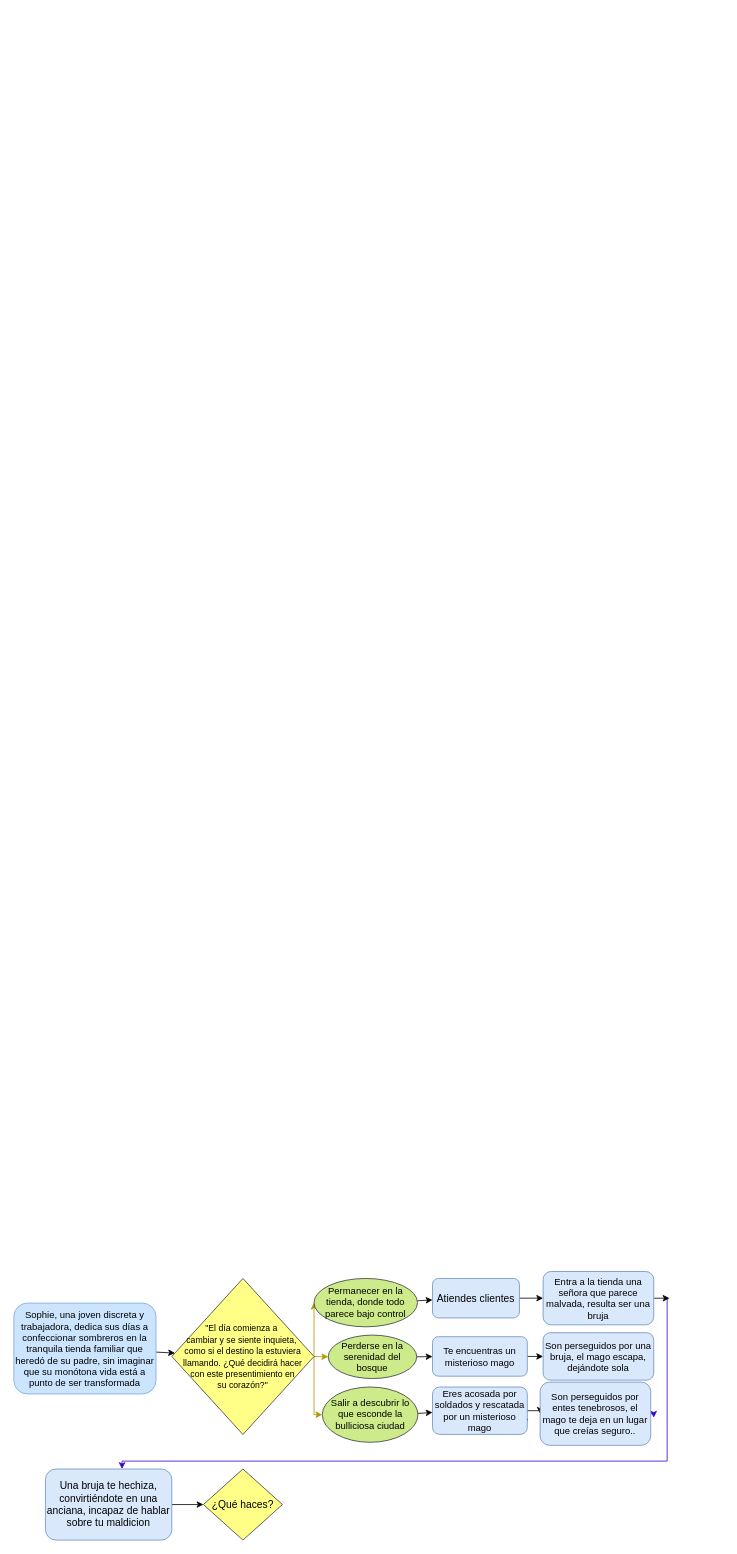
The draw.io diagram Untitled Diagram.drawio in delfinapinto/pmiw, before the edit. Source tidied: cells renumbered, new cells numbered last; positions are measured from the earlier drawing's top-left corner, leaving out a move shared by most shapes. Both pictures are drawn from the tidied source at 79%, with x=0, y=0 at pixel (13, 1271).
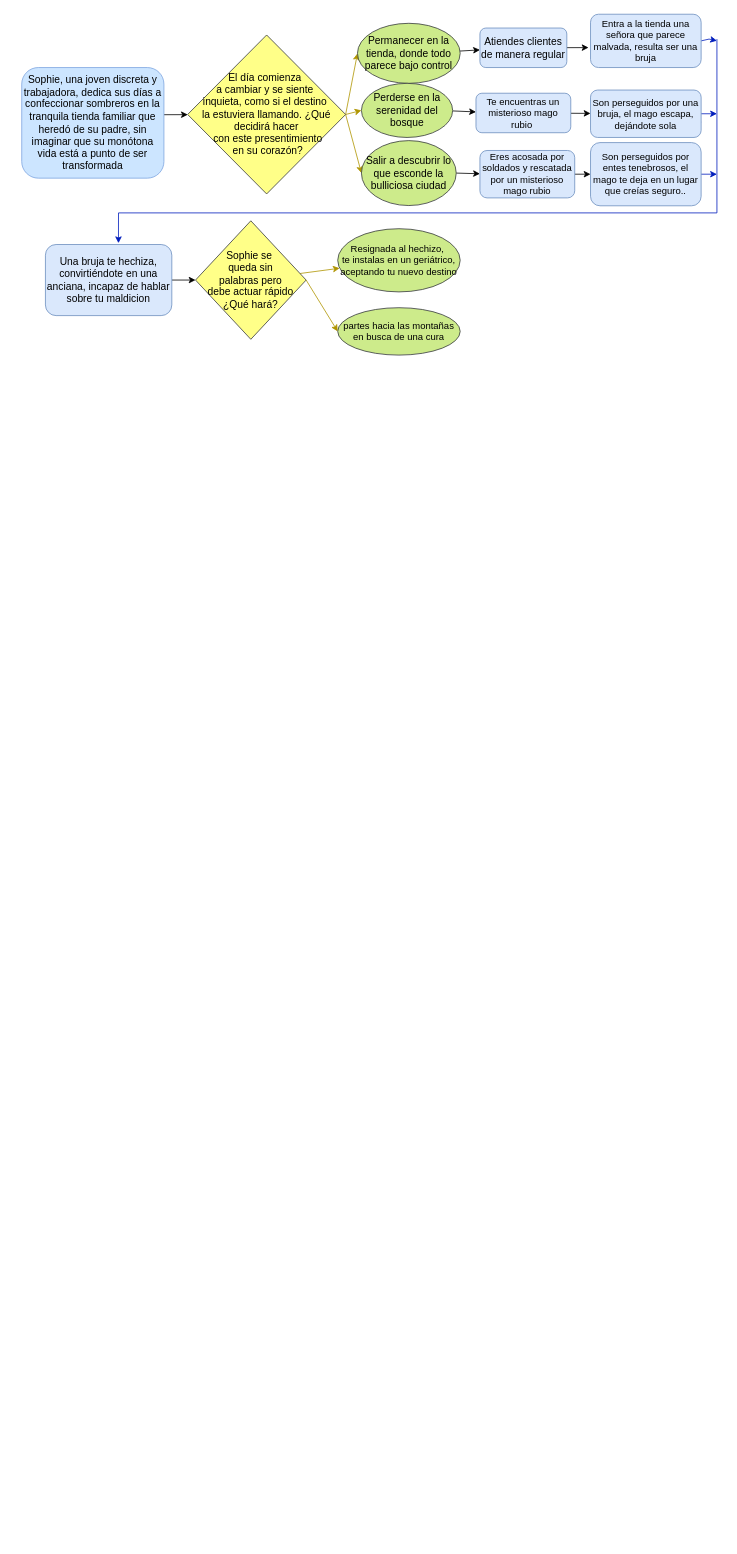
The same page after the edit.

What changed in the source:
```diff
@@
-    <mxCell id="2" style="rounded=0;jettySize=auto;html=1;fillColor=#1ba1e2;strokeColor=#000000;" parent="1" edge="1" source="3" target="7">
-      <mxGeometry relative="1" as="geometry" />
+    <mxCell id="2" style="rounded=0;jettySize=auto;html=1;fillColor=#1ba1e2;strokeColor=#000000;" parent="1" edge="1" target="7">
+      <mxGeometry relative="1" as="geometry">
+        <mxPoint x="190" y="-1464.3" as="sourcePoint" />
+      </mxGeometry>
     </mxCell>
-    <mxCell id="3" value="Sophie, una joven discreta y trabajadora, dedica sus días a confeccionar sombreros en la tranquila tienda familiar que heredó de su padre, sin imaginar que su monótona vida está a punto de ser transformada" style="rounded=1;whiteSpace=wrap;html=1;fontSize=12;glass=0;strokeWidth=1;shadow=0;fillColor=#cce5ff;strokeColor=#7EA6E0;" parent="1" vertex="1">
-      <mxGeometry y="40" width="180" height="115" as="geometry" />
+    <mxCell id="3" value="&lt;font style=&quot;font-size: 13px;&quot;&gt;Sophie, una joven discreta y trabajadora, dedica sus días a confeccionar sombreros en la tranquila tienda familiar que heredó de su padre, sin imaginar que su monótona vida está a punto de ser transformada&lt;/font&gt;" style="rounded=1;whiteSpace=wrap;html=1;fontSize=12;glass=0;strokeWidth=1;shadow=0;fillColor=#cce5ff;strokeColor=#7EA6E0;" parent="1" vertex="1">
+      <mxGeometry x="10" y="-1524" width="180" height="140" as="geometry" />
     </mxCell>
@@
-    <mxCell id="6" style="edgeStyle=orthogonalEdgeStyle;rounded=0;jettySize=auto;html=1;exitX=1;exitY=0.5;exitDx=0;exitDy=0;entryX=0;entryY=0.5;entryDx=0;entryDy=0;fillColor=#e3c800;strokeColor=#B09500;" parent="1" edge="1" source="7" target="13">
-      <mxGeometry relative="1" as="geometry">
-        <Array as="points">
-          <mxPoint x="380" y="140" />
-          <mxPoint x="380" y="140" />
-        </Array>
-      </mxGeometry>
+    <mxCell id="6" style="rounded=0;jettySize=auto;html=1;exitX=1;exitY=0.5;exitDx=0;exitDy=0;entryX=0;entryY=0.5;entryDx=0;entryDy=0;fillColor=#e3c800;strokeColor=#B09500;" parent="1" edge="1" source="7" target="13">
+      <mxGeometry relative="1" as="geometry" />
     </mxCell>
-    <mxCell id="7" value="&lt;font style=&quot;font-size: 11px;&quot;&gt;&quot;El día comienza a&amp;nbsp;&lt;/font&gt;&lt;div&gt;&lt;span style=&quot;font-size: 11px; background-color: initial;&quot;&gt;cambiar&lt;/span&gt;&lt;span style=&quot;font-size: 11px; background-color: initial;&quot;&gt;&amp;nbsp;y se siente inquieta,&amp;nbsp;&lt;/span&gt;&lt;/div&gt;&lt;div&gt;&lt;span style=&quot;font-size: 11px; background-color: initial;&quot;&gt;como si&amp;nbsp;&lt;/span&gt;&lt;span style=&quot;font-size: 11px; background-color: initial;&quot;&gt;el destino la estuviera llamando. ¿Qué decidirá hacer&lt;/span&gt;&lt;/div&gt;&lt;div&gt;&lt;span style=&quot;font-size: 11px; background-color: initial;&quot;&gt;&amp;nbsp;con este presentimiento en&amp;nbsp;&lt;/span&gt;&lt;/div&gt;&lt;div&gt;&lt;span style=&quot;font-size: 11px; background-color: initial;&quot;&gt;su corazón?&quot;&lt;/span&gt;&lt;/div&gt;" style="rhombus;whiteSpace=wrap;html=1;fillColor=#ffff88;strokeColor=#36393d;" parent="1" vertex="1">
-      <mxGeometry x="200" y="8.8" width="180" height="197.5" as="geometry" />
+    <mxCell id="7" value="&lt;font style=&quot;font-size: 13px;&quot;&gt;El día comienza&amp;nbsp;&lt;/font&gt;&lt;div&gt;&lt;font style=&quot;font-size: 13px;&quot;&gt;a&amp;nbsp;&lt;/font&gt;&lt;span style=&quot;font-size: 13px; background-color: initial;&quot;&gt;cambiar&lt;/span&gt;&lt;span style=&quot;font-size: 13px; background-color: initial;&quot;&gt;&amp;nbsp;y se siente&amp;nbsp;&lt;/span&gt;&lt;div style=&quot;font-size: 13px;&quot;&gt;&lt;font style=&quot;font-size: 13px;&quot;&gt;&lt;span style=&quot;background-color: initial;&quot;&gt;inquieta,&amp;nbsp;&lt;/span&gt;&lt;/font&gt;&lt;span style=&quot;background-color: initial;&quot;&gt;como si&amp;nbsp;&lt;/span&gt;&lt;span style=&quot;background-color: initial;&quot;&gt;el destino&amp;nbsp;&lt;/span&gt;&lt;/div&gt;&lt;div style=&quot;font-size: 13px;&quot;&gt;&lt;span style=&quot;background-color: initial;&quot;&gt;la estuviera llamando. ¿Qué decidirá hacer&lt;/span&gt;&lt;/div&gt;&lt;div style=&quot;font-size: 13px;&quot;&gt;&lt;span style=&quot;background-color: initial;&quot;&gt;&lt;font style=&quot;font-size: 13px;&quot;&gt;&amp;nbsp;con este presentimiento&lt;/font&gt;&lt;/span&gt;&lt;/div&gt;&lt;div style=&quot;font-size: 13px;&quot;&gt;&lt;span style=&quot;background-color: initial;&quot;&gt;&lt;font style=&quot;font-size: 13px;&quot;&gt;&amp;nbsp;en&amp;nbsp;&lt;/font&gt;&lt;/span&gt;&lt;span style=&quot;background-color: initial;&quot;&gt;su corazón?&lt;/span&gt;&lt;/div&gt;&lt;/div&gt;" style="rhombus;whiteSpace=wrap;html=1;fillColor=#ffff88;strokeColor=#36393d;" parent="1" vertex="1">
+      <mxGeometry x="220" y="-1565.2" width="200" height="201.2" as="geometry" />
     </mxCell>
@@
-    <mxCell id="9" value="Permanecer en la tienda, donde todo parece bajo control" style="ellipse;whiteSpace=wrap;html=1;fillColor=#cdeb8b;strokeColor=#36393d;" parent="1" vertex="1">
-      <mxGeometry x="380" y="8.8" width="131" height="61.2" as="geometry" />
+    <mxCell id="9" value="&lt;font style=&quot;font-size: 13px;&quot;&gt;Permanecer en la tienda, donde todo parece bajo control&lt;/font&gt;" style="ellipse;whiteSpace=wrap;html=1;fillColor=#cdeb8b;strokeColor=#36393d;" parent="1" vertex="1">
+      <mxGeometry x="435" y="-1580" width="130" height="76" as="geometry" />
     </mxCell>
@@
-    <mxCell id="11" value="Perderse en la serenidad del bosque" style="ellipse;whiteSpace=wrap;html=1;fillColor=#cdeb8b;strokeColor=#36393d;" parent="1" vertex="1">
-      <mxGeometry x="398" y="80.5" width="112" height="55" as="geometry" />
+    <mxCell id="11" value="&lt;font style=&quot;font-size: 13px;&quot;&gt;Perderse en la serenidad del bosque&lt;/font&gt;" style="ellipse;whiteSpace=wrap;html=1;fillColor=#cdeb8b;strokeColor=#36393d;" parent="1" vertex="1">
+      <mxGeometry x="440" y="-1504" width="115.5" height="68.5" as="geometry" />
     </mxCell>
@@
-    <mxCell id="13" value="Salir a descubrir lo que esconde la bulliciosa ciudad" style="ellipse;whiteSpace=wrap;html=1;fillColor=#cdeb8b;strokeColor=#36393d;" parent="1" vertex="1">
-      <mxGeometry x="390.5" y="146.2" width="121" height="70" as="geometry" />
+    <mxCell id="13" value="&lt;font style=&quot;font-size: 13px;&quot;&gt;Salir a descubrir lo que esconde la bulliciosa ciudad&lt;/font&gt;" style="ellipse;whiteSpace=wrap;html=1;fillColor=#cdeb8b;strokeColor=#36393d;" parent="1" vertex="1">
+      <mxGeometry x="440" y="-1431.5" width="120" height="82.2" as="geometry" />
     </mxCell>
-    <mxCell id="14" style="rounded=0;jettySize=auto;html=1;entryX=0;entryY=0.5;entryDx=0;entryDy=0;" parent="1" edge="1" source="15" target="23">
+    <mxCell id="14" style="rounded=0;jettySize=auto;html=1;entryX=-0.018;entryY=0.626;entryDx=0;entryDy=0;entryPerimeter=0;" parent="1" edge="1" source="15" target="23">
       <mxGeometry relative="1" as="geometry" />
     </mxCell>
-    <mxCell id="15" value="&lt;font style=&quot;font-size: 13px;&quot;&gt;Atiendes clientes&lt;/font&gt;" style="rounded=1;whiteSpace=wrap;html=1;fillColor=#dae8fc;strokeColor=#6c8ebf;" parent="1" vertex="1">
-      <mxGeometry x="530" y="8.8" width="110" height="50" as="geometry" />
+    <mxCell id="15" value="&lt;font style=&quot;font-size: 13px;&quot;&gt;Atiendes clientes de manera regular&lt;/font&gt;" style="rounded=1;whiteSpace=wrap;html=1;fillColor=#dae8fc;strokeColor=#6c8ebf;" parent="1" vertex="1">
+      <mxGeometry x="590" y="-1574" width="110" height="50" as="geometry" />
     </mxCell>
@@
-    <mxCell id="17" value="Te encuentras un misterioso mago" style="rounded=1;whiteSpace=wrap;html=1;fillColor=#dae8fc;strokeColor=#6c8ebf;" parent="1" vertex="1">
-      <mxGeometry x="530" y="82.5" width="120" height="50" as="geometry" />
+    <mxCell id="17" value="Te encuentras un misterioso mago rubio&amp;nbsp;" style="rounded=1;whiteSpace=wrap;html=1;fillColor=#dae8fc;strokeColor=#6c8ebf;" parent="1" vertex="1">
+      <mxGeometry x="585" y="-1491.5" width="120" height="50" as="geometry" />
     </mxCell>
     <mxCell id="18" style="rounded=0;jettySize=auto;html=1;" parent="1" edge="1" source="20">
       <mxGeometry relative="1" as="geometry">
-        <mxPoint x="652" y="187.9" as="targetPoint" />
+        <mxPoint x="652" y="-1386.1" as="targetPoint" />
       </mxGeometry>
     </mxCell>
-    <mxCell id="19" style="edgeStyle=orthogonalEdgeStyle;rounded=0;jettySize=auto;html=1;exitX=1;exitY=0.5;exitDx=0;exitDy=0;entryX=0;entryY=0.5;entryDx=0;entryDy=0;" parent="1" edge="1" source="20" target="27">
+    <mxCell id="19" style="rounded=0;jettySize=auto;html=1;exitX=1;exitY=0.5;exitDx=0;exitDy=0;entryX=0;entryY=0.5;entryDx=0;entryDy=0;" parent="1" edge="1" source="20" target="27">
       <mxGeometry relative="1" as="geometry" />
     </mxCell>
-    <mxCell id="20" value="Eres acosada por soldados y rescatada por un misterioso mago" style="rounded=1;whiteSpace=wrap;html=1;fillColor=#dae8fc;strokeColor=#6c8ebf;" parent="1" vertex="1">
-      <mxGeometry x="530" y="146.2" width="120" height="60" as="geometry" />
+    <mxCell id="20" value="Eres acosada por soldados y rescatada por un misterioso mago rubio" style="rounded=1;whiteSpace=wrap;html=1;fillColor=#dae8fc;strokeColor=#6c8ebf;" parent="1" vertex="1">
+      <mxGeometry x="590" y="-1419" width="120" height="60" as="geometry" />
     </mxCell>
-    <mxCell id="21" style="edgeStyle=orthogonalEdgeStyle;rounded=0;orthogonalLoop=1;jettySize=auto;html=1;exitX=1;exitY=0.5;exitDx=0;exitDy=0;entryX=0.5;entryY=0;entryDx=0;entryDy=0;fillColor=#6a00ff;strokeColor=#3700CC;" parent="1" edge="1">
+    <mxCell id="21" style="edgeStyle=orthogonalEdgeStyle;rounded=0;jettySize=auto;html=1;entryX=0.578;entryY=-0.019;entryDx=0;entryDy=0;fillColor=#0050ef;strokeColor=#001DBC;entryPerimeter=0;" parent="1" edge="1" target="29">
       <mxGeometry relative="1" as="geometry">
-        <mxPoint x="827" y="33.8" as="sourcePoint" />
-        <mxPoint x="137" y="250" as="targetPoint" />
+        <mxPoint x="890" y="-1560" as="sourcePoint" />
         <Array as="points">
-          <mxPoint x="827" y="46" />
-          <mxPoint x="827" y="240" />
-          <mxPoint x="132" y="240" />
+          <mxPoint x="890" y="-1340" />
+          <mxPoint x="133" y="-1340" />
         </Array>
       </mxGeometry>
     </mxCell>
-    <mxCell id="22" style="edgeStyle=orthogonalEdgeStyle;rounded=0;jettySize=auto;html=1;" parent="1" edge="1" source="23">
-      <mxGeometry relative="1" as="geometry">
-        <mxPoint x="830" y="33.8" as="targetPoint" />
-      </mxGeometry>
-    </mxCell>
+    <mxCell id="31" style="rounded=0;jettySize=auto;html=1;exitX=1;exitY=0.5;exitDx=0;exitDy=0;fillColor=#0050ef;strokeColor=#001DBC;" parent="1" edge="1" source="23">
+      <mxGeometry relative="1" as="geometry">
+        <mxPoint x="890" y="-1558" as="targetPoint" />
+        <Array as="points">
+          <mxPoint x="880" y="-1560" />
+        </Array>
+      </mxGeometry>
+    </mxCell>
     <mxCell id="23" value="Entra a la tienda una señora que parece malvada, resulta ser una bruja" style="whiteSpace=wrap;html=1;rounded=1;fillColor=#dae8fc;strokeColor=#6c8ebf;" parent="1" vertex="1">
-      <mxGeometry x="670" width="140" height="67.5" as="geometry" />
+      <mxGeometry x="730" y="-1591.5" width="140" height="67.5" as="geometry" />
     </mxCell>
     <mxCell id="24" style="rounded=0;jettySize=auto;html=1;fillColor=#6a00ff;strokeColor=#3700CC;" parent="1" edge="1" source="25">
       <mxGeometry relative="1" as="geometry">
-        <mxPoint x="810" y="110" as="targetPoint" />
+        <mxPoint x="810" y="-1464" as="targetPoint" />
       </mxGeometry>
     </mxCell>
+    <mxCell id="32" style="edgeStyle=orthogonalEdgeStyle;rounded=0;jettySize=auto;html=1;exitX=1;exitY=0.5;exitDx=0;exitDy=0;fillColor=#0050ef;strokeColor=#001DBC;" parent="1" edge="1" source="25">
+      <mxGeometry relative="1" as="geometry">
+        <mxPoint x="890" y="-1465.6" as="targetPoint" />
+      </mxGeometry>
+    </mxCell>
     <mxCell id="25" value="Son perseguidos por una bruja, el mago escapa, dejándote sola" style="rounded=1;whiteSpace=wrap;html=1;fillColor=#dae8fc;strokeColor=#6c8ebf;" parent="1" vertex="1">
-      <mxGeometry x="670" y="77.5" width="140" height="60" as="geometry" />
+      <mxGeometry x="730" y="-1495.5" width="140" height="60" as="geometry" />
     </mxCell>
-    <mxCell id="26" style="edgeStyle=orthogonalEdgeStyle;rounded=0;jettySize=auto;html=1;exitX=1;exitY=0.5;exitDx=0;exitDy=0;fillColor=#6a00ff;strokeColor=#3700CC;" parent="1" edge="1" source="27">
-      <mxGeometry relative="1" as="geometry">
-        <mxPoint x="810" y="185" as="targetPoint" />
-      </mxGeometry>
-    </mxCell>
+    <mxCell id="33" style="edgeStyle=orthogonalEdgeStyle;rounded=0;jettySize=auto;html=1;fillColor=#0050ef;strokeColor=#001DBC;" parent="1" edge="1" source="27">
+      <mxGeometry relative="1" as="geometry">
+        <mxPoint x="890" y="-1389" as="targetPoint" />
+      </mxGeometry>
+    </mxCell>
     <mxCell id="27" value="Son perseguidos por entes tenebrosos, el mago te deja en un lugar  que creías seguro.." style="rounded=1;whiteSpace=wrap;html=1;fillColor=#dae8fc;strokeColor=#6c8ebf;" parent="1" vertex="1">
-      <mxGeometry x="666.2" y="140" width="140" height="80" as="geometry" />
+      <mxGeometry x="730" y="-1429" width="140" height="80" as="geometry" />
     </mxCell>
-    <mxCell id="28" style="edgeStyle=orthogonalEdgeStyle;rounded=0;jettySize=auto;html=1;exitX=1;exitY=0.5;exitDx=0;exitDy=0;entryX=0;entryY=0.5;entryDx=0;entryDy=0;" parent="1" edge="1" source="29" target="30">
+    <mxCell id="28" style="rounded=0;jettySize=auto;html=1;exitX=1;exitY=0.5;exitDx=0;exitDy=0;entryX=0;entryY=0.5;entryDx=0;entryDy=0;" parent="1" edge="1" source="29" target="30">
       <mxGeometry relative="1" as="geometry" />
     </mxCell>
     <mxCell id="29" value="&lt;font style=&quot;font-size: 13px;&quot;&gt;Una bruja te hechiza, convirtiéndote en una anciana, incapaz de hablar sobre tu maldicion&lt;/font&gt;" style="rounded=1;whiteSpace=wrap;html=1;fillColor=#dae8fc;strokeColor=#6c8ebf;" parent="1" vertex="1">
-      <mxGeometry x="40" y="250" width="160" height="90" as="geometry" />
+      <mxGeometry x="40" y="-1300" width="160" height="90" as="geometry" />
     </mxCell>
+    <mxCell id="34" style="rounded=0;jettySize=auto;html=1;fillColor=#e3c800;strokeColor=#B09500;" parent="1" edge="1" source="30" target="36">
+      <mxGeometry relative="1" as="geometry" />
+    </mxCell>
+    <mxCell id="35" style="rounded=0;jettySize=auto;html=1;exitX=1;exitY=0.5;exitDx=0;exitDy=0;entryX=0;entryY=0.5;entryDx=0;entryDy=0;fillColor=#e3c800;strokeColor=#B09500;" parent="1" edge="1" source="30" target="37">
+      <mxGeometry relative="1" as="geometry" />
+    </mxCell>
-    <mxCell id="30" value="&lt;span style=&quot;font-size: 13px;&quot;&gt;¿Qué haces?&lt;/span&gt;" style="rhombus;whiteSpace=wrap;html=1;fillColor=#ffff88;strokeColor=#36393d;" parent="1" vertex="1">
-      <mxGeometry x="240" y="250" width="100" height="90" as="geometry" />
+    <mxCell id="30" value="&lt;span style=&quot;font-size: 13px;&quot;&gt;Sophie se&amp;nbsp;&lt;/span&gt;&lt;div&gt;&lt;span style=&quot;font-size: 13px;&quot;&gt;queda&amp;nbsp;&lt;/span&gt;&lt;span style=&quot;font-size: 13px; background-color: initial;&quot;&gt;sin&lt;/span&gt;&lt;/div&gt;&lt;div&gt;&lt;span style=&quot;font-size: 13px; background-color: initial;&quot;&gt;&amp;nbsp;palabras pero&amp;nbsp;&lt;/span&gt;&lt;div&gt;&lt;div&gt;&lt;span style=&quot;font-size: 13px;&quot;&gt;debe actuar rápido ¿Qué hará?&lt;/span&gt;&lt;/div&gt;&lt;/div&gt;&lt;/div&gt;" style="rhombus;whiteSpace=wrap;html=1;fillColor=#ffff88;strokeColor=#36393d;" parent="1" vertex="1">
+      <mxGeometry x="230" y="-1330" width="140" height="150" as="geometry" />
     </mxCell>
+    <mxCell id="36" value="Resignada al hechizo,&amp;nbsp;&lt;div&gt;te instalas en un geriátrico, aceptando tu nuevo destino&lt;/div&gt;" style="ellipse;whiteSpace=wrap;html=1;fillColor=#cdeb8b;strokeColor=#36393d;" parent="1" vertex="1">
+      <mxGeometry x="410" y="-1320" width="155" height="80" as="geometry" />
+    </mxCell>
+    <mxCell id="37" value="partes hacia las montañas en busca de una cura" style="ellipse;whiteSpace=wrap;html=1;fillColor=#cdeb8b;strokeColor=#36393d;" parent="1" vertex="1">
+      <mxGeometry x="410" y="-1220" width="155" height="60" as="geometry" />
+    </mxCell>
```
